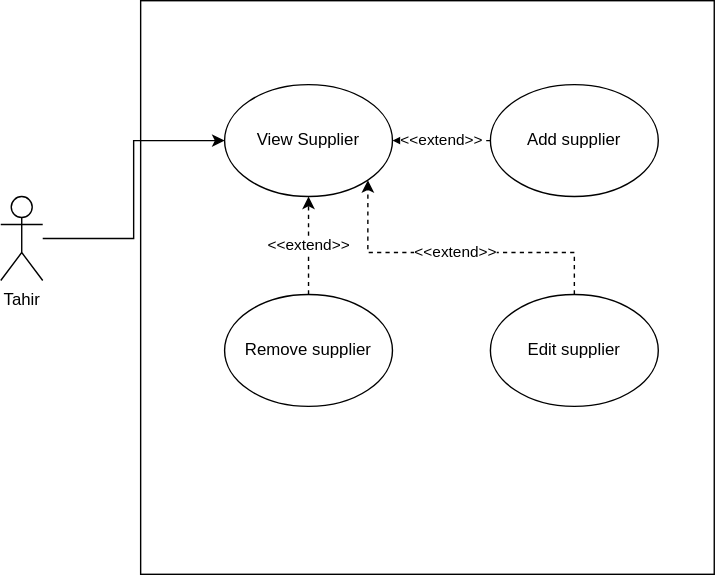
Before: supplier_management.svg, a diagram exported from draw.io (Simamkele88/IFM3_GP). Source tidied: cells renumbered, new cells last; positions are measured from the earlier drawing's top-left corner, leaving out a move shared by most shapes.
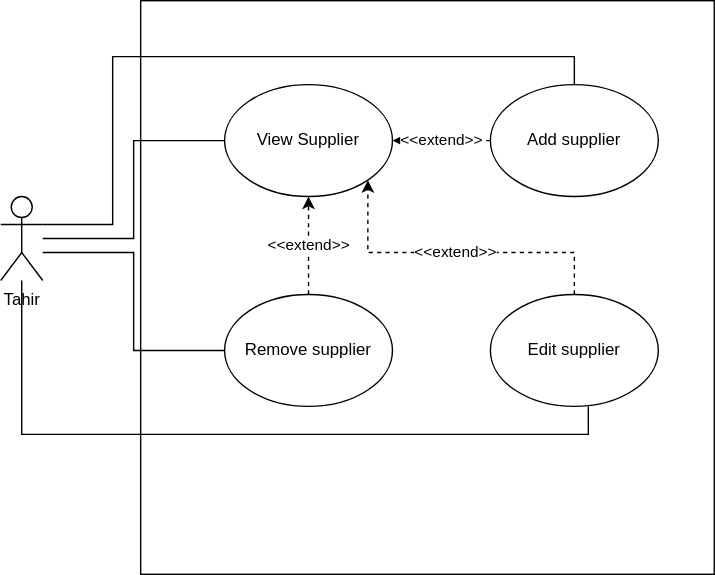
The same diagram one commit later.

The edit, as a diff of the source:
```diff
@@ -31,11 +31,36 @@
     <mxCell id="9" value="Edit supplier" style="ellipse;whiteSpace=wrap;html=1;" parent="1" vertex="1">
       <mxGeometry x="350" y="210" width="120" height="80" as="geometry" />
     </mxCell>
-    <mxCell id="10" style="edgeStyle=orthogonalEdgeStyle;rounded=0;jettySize=auto;html=1;" parent="1" edge="1" source="11" target="3">
+    <mxCell id="10" style="edgeStyle=orthogonalEdgeStyle;rounded=0;jettySize=auto;html=1;endArrow=none;startFill=0;" parent="1" edge="1" source="11" target="3">
       <mxGeometry relative="1" as="geometry" />
     </mxCell>
+    <mxCell id="12" style="edgeStyle=orthogonalEdgeStyle;rounded=0;jettySize=auto;html=1;entryX=0.5;entryY=0;entryDx=0;entryDy=0;endArrow=none;startFill=0;" parent="1" edge="1" source="11" target="7">
+      <mxGeometry relative="1" as="geometry">
+        <Array as="points">
+          <mxPoint x="80" y="160" />
+          <mxPoint x="80" y="40" />
+          <mxPoint x="410" y="40" />
+        </Array>
+      </mxGeometry>
+    </mxCell>
+    <mxCell id="13" style="edgeStyle=orthogonalEdgeStyle;rounded=0;jettySize=auto;html=1;entryX=0;entryY=0.5;entryDx=0;entryDy=0;endArrow=none;startFill=0;" parent="1" edge="1" source="11" target="5">
+      <mxGeometry relative="1" as="geometry">
+        <Array as="points">
+          <mxPoint x="95" y="180" />
+          <mxPoint x="95" y="250" />
+        </Array>
+      </mxGeometry>
+    </mxCell>
     <mxCell id="11" value="Tahir" style="shape=umlActor;verticalLabelPosition=bottom;verticalAlign=top;html=1;outlineConnect=0;" parent="1" vertex="1">
       <mxGeometry y="140" width="30" height="60" as="geometry" />
     </mxCell>
+    <mxCell id="14" style="edgeStyle=orthogonalEdgeStyle;rounded=0;jettySize=auto;html=1;entryX=0.583;entryY=1;entryDx=0;entryDy=0;entryPerimeter=0;endArrow=none;startFill=0;" parent="1" edge="1" source="11" target="9">
+      <mxGeometry relative="1" as="geometry">
+        <Array as="points">
+          <mxPoint x="15" y="310" />
+          <mxPoint x="420" y="310" />
+        </Array>
+      </mxGeometry>
+    </mxCell>
   </root>
 </mxGraphModel>
```
